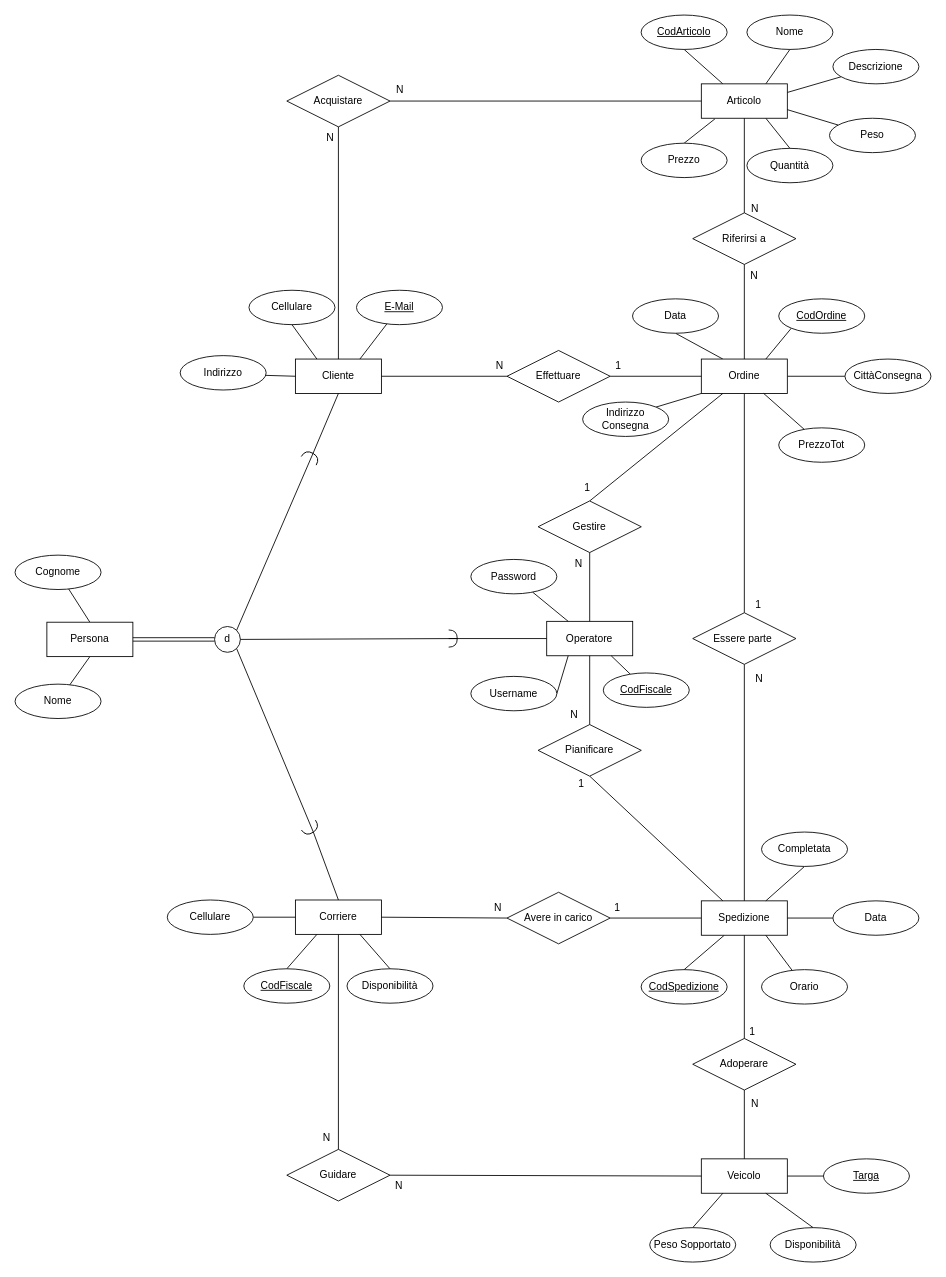
Before: Basi di dati/Schema_ER.drawio in Gianluca-F/OOBD_Project, a draw.io diagram. Source tidied: cells renumbered, new cells numbered last; positions are measured from the earlier drawing's top-left corner, leaving out a move shared by most shapes. Both pictures are drawn from the tidied source at 86%, with x=0, y=0 at pixel (15, 15).
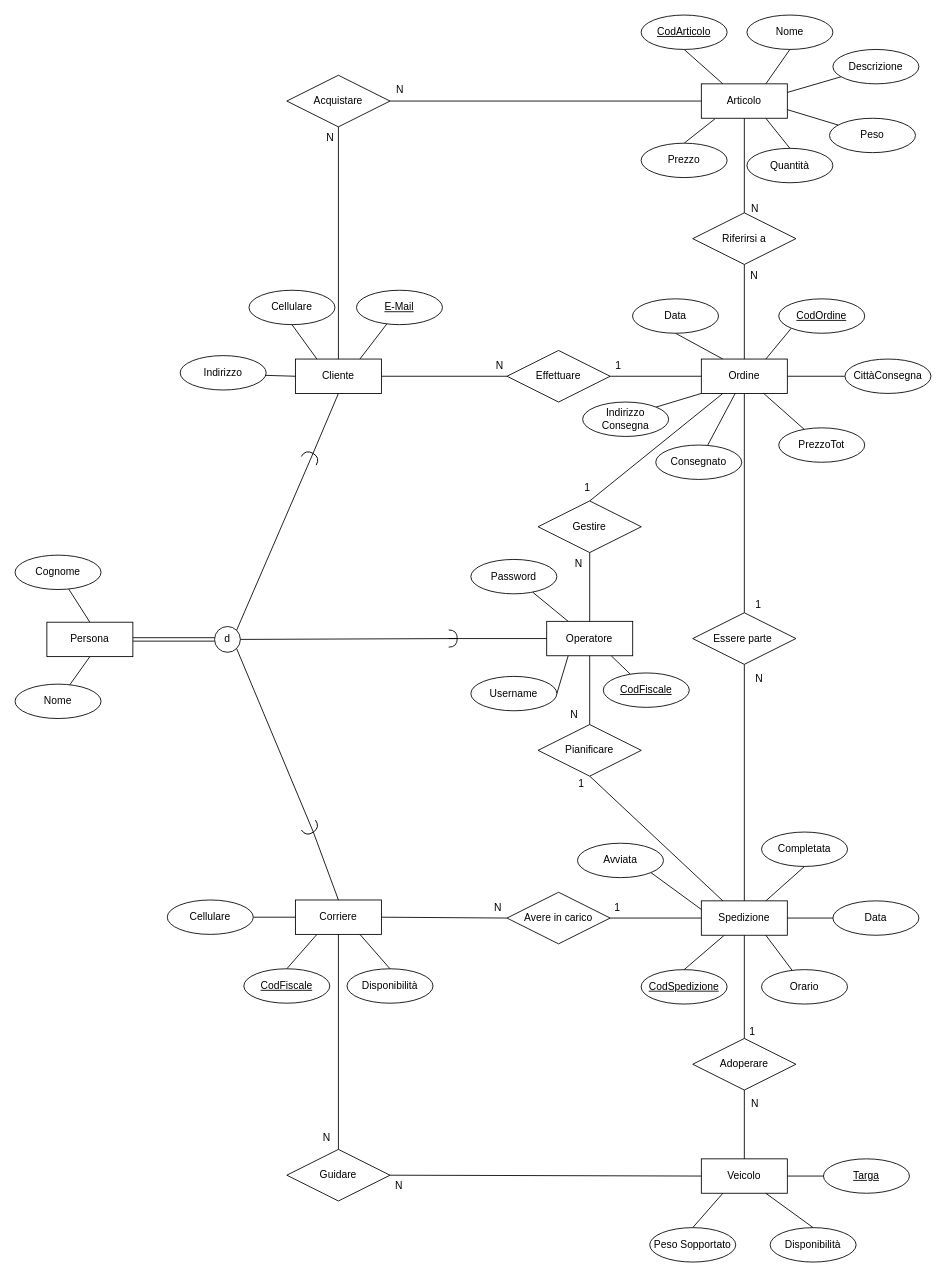
The same page after the edit.

Unchanged cells that the change refers to:
```xml
<mxCell id="18" value="Ordine" style="whiteSpace=wrap;html=1;align=center;" parent="1" vertex="1">
  <mxGeometry x="798" y="400" width="100" height="40" as="geometry" />
</mxCell>
<mxCell id="30" value="Spedizione" style="whiteSpace=wrap;html=1;align=center;" parent="1" vertex="1">
  <mxGeometry x="798" y="1030" width="100" height="40" as="geometry" />
</mxCell>
```

The edit, as a diff of the source:
```diff
@@
+    <mxCell id="125" style="rounded=0;jettySize=auto;html=1;endArrow=none;endFill=0;" parent="1" edge="1" source="126" target="18">
+      <mxGeometry relative="1" as="geometry" />
+    </mxCell>
+    <mxCell id="126" value="Consegnato" style="ellipse;whiteSpace=wrap;html=1;align=center;" parent="1" vertex="1">
+      <mxGeometry x="745" y="500" width="100" height="40" as="geometry" />
+    </mxCell>
+    <mxCell id="127" style="rounded=0;jettySize=auto;html=1;exitX=1;exitY=1;exitDx=0;exitDy=0;endArrow=none;endFill=0;entryX=0;entryY=0.25;entryDx=0;entryDy=0;" parent="1" edge="1" source="128" target="30">
+      <mxGeometry relative="1" as="geometry" />
+    </mxCell>
+    <mxCell id="128" value="Avviata" style="ellipse;whiteSpace=wrap;html=1;align=center;" parent="1" vertex="1">
+      <mxGeometry x="654" y="963" width="100" height="40" as="geometry" />
+    </mxCell>
```
